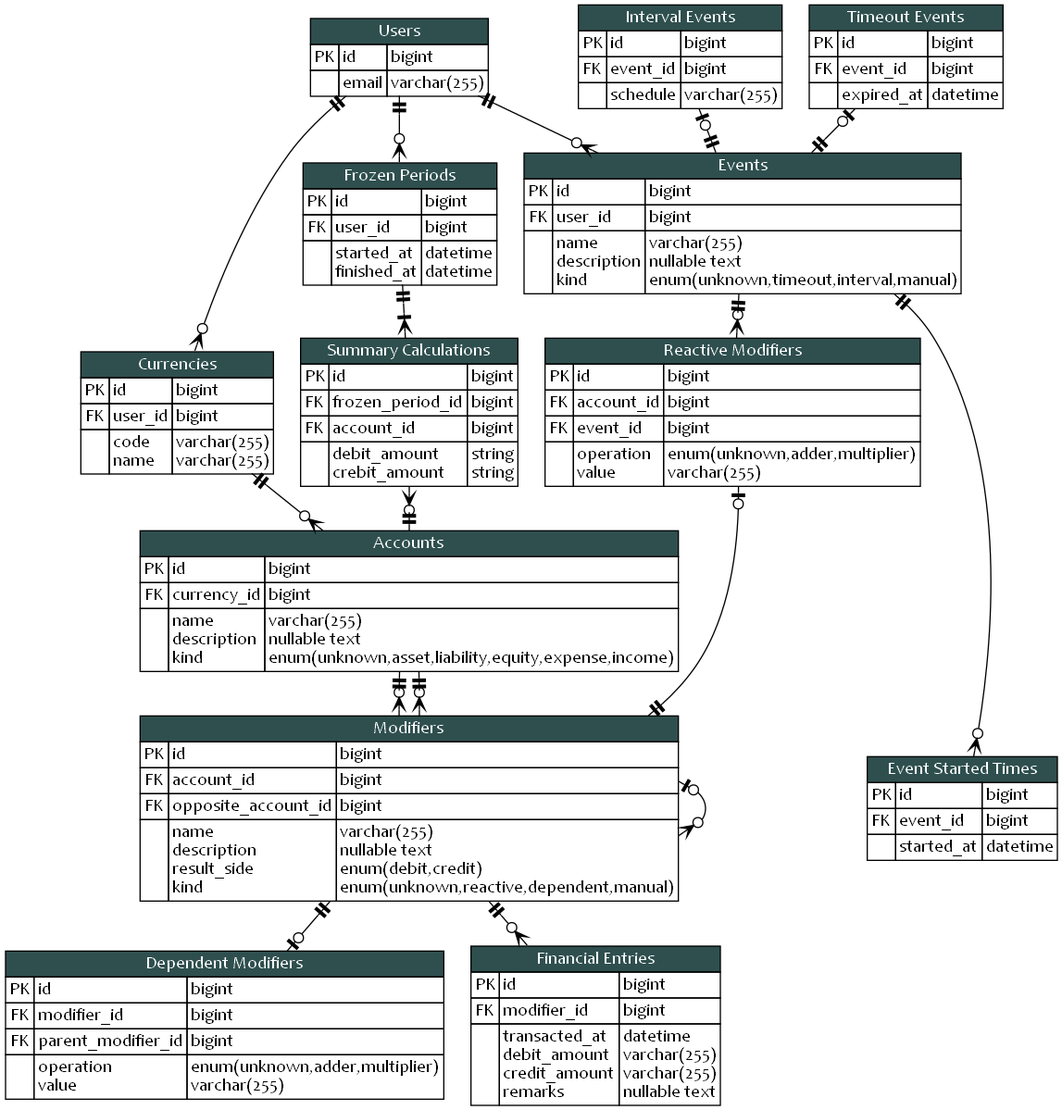
This is blueprint/erd.png from KennethTrecy/peratorakka_server, a Graphviz export, as it was before one commit. Its source is kept beside it as blueprint/erd.dot.
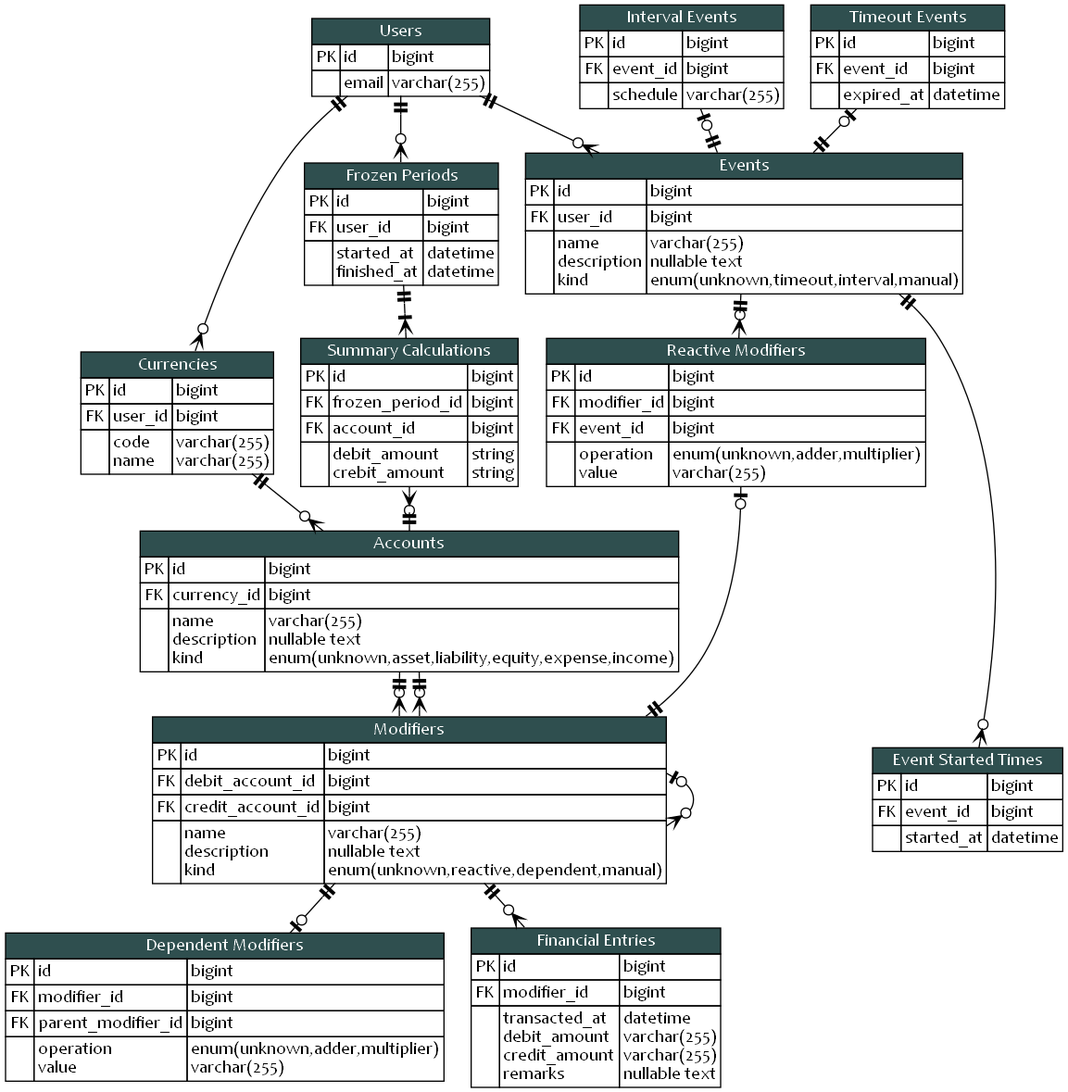
After the commit.

Commit message:
docs(blueprint): simplify the entity for modifiers

Diff of the diagram source:
```diff
@@ -252,12 +252,12 @@
 				</tr>
 				<tr>
 					<td>FK</td>
-					<td align="left">account_id</td>
+					<td align="left">debit_account_id</td>
 					<td align="left">bigint</td>
 				</tr>
 				<tr>
 					<td>FK</td>
-					<td align="left">opposite_account_id</td>
+					<td align="left">credit_account_id</td>
 					<td align="left">bigint</td>
 				</tr>
 				<tr>
@@ -265,13 +265,11 @@
 					<td align="left">
 						name<br align="left"/>
 						description<br align="left"/>
-						result_side<br align="left"/>
 						kind<br align="left"/>
 					</td>
 					<td align="left">
 						varchar(255)<br align="left"/>
 						nullable text<br align="left"/>
-						enum(debit,credit)<br align="left"/>
 						enum(unknown,reactive,dependent,manual)<br align="left"/>
 					</td>
 				</tr>
@@ -295,7 +293,7 @@
 				</tr>
 				<tr>
 					<td>FK</td>
-					<td align="left">account_id</td>
+					<td align="left">modifier_id</td>
 					<td align="left">bigint</td>
 				</tr>
 				<tr>
```
